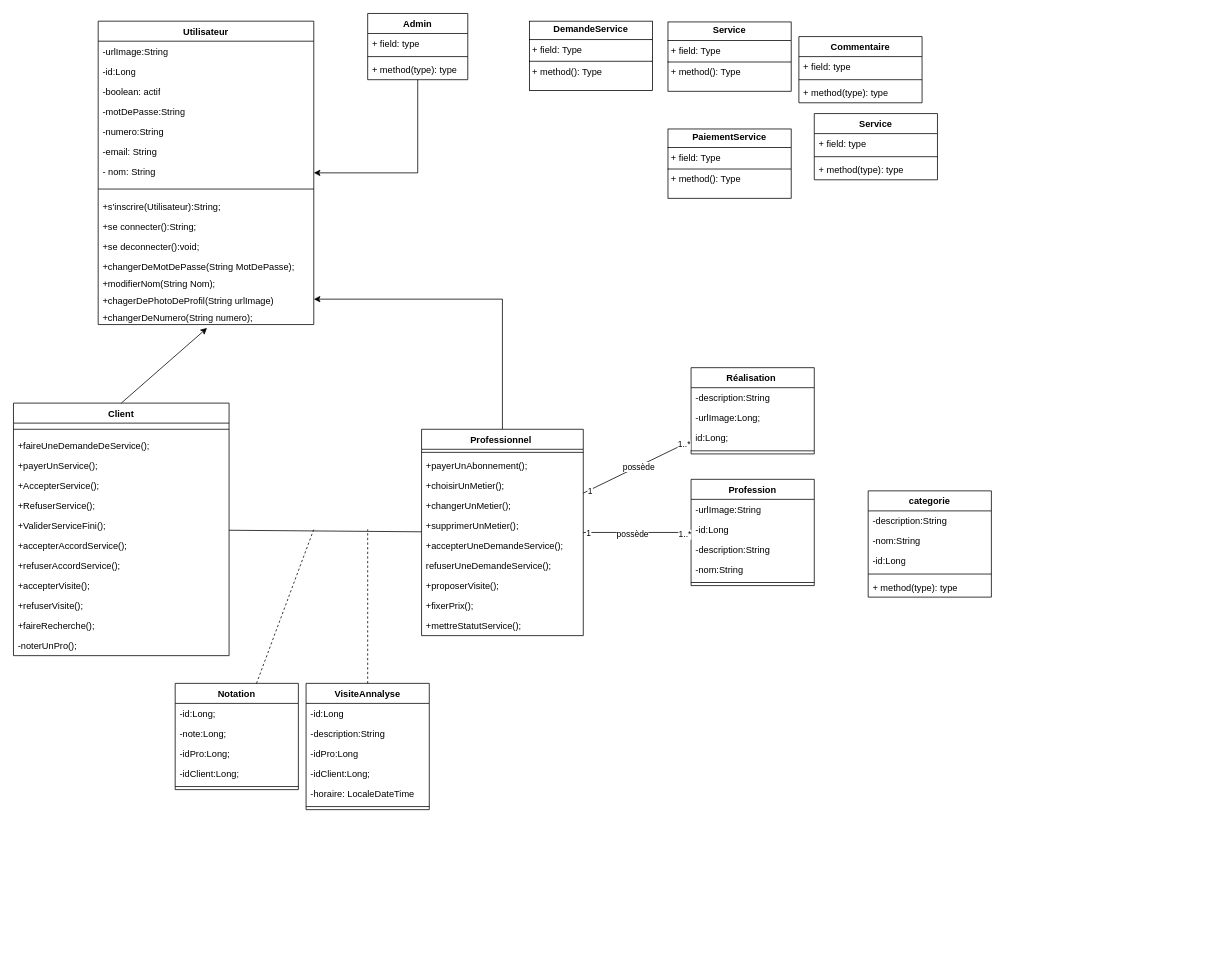
Before: page "class" (2 of 2) of Diagramme sans nom.drawio in NasserObm/BonContact, a draw.io diagram. Source tidied: cells renumbered, new cells numbered last; positions are measured from the earlier drawing's top-left corner, leaving out a move shared by most shapes. Both pictures are drawn from the tidied source at 77%, with x=0, y=0 at pixel (13, 13).
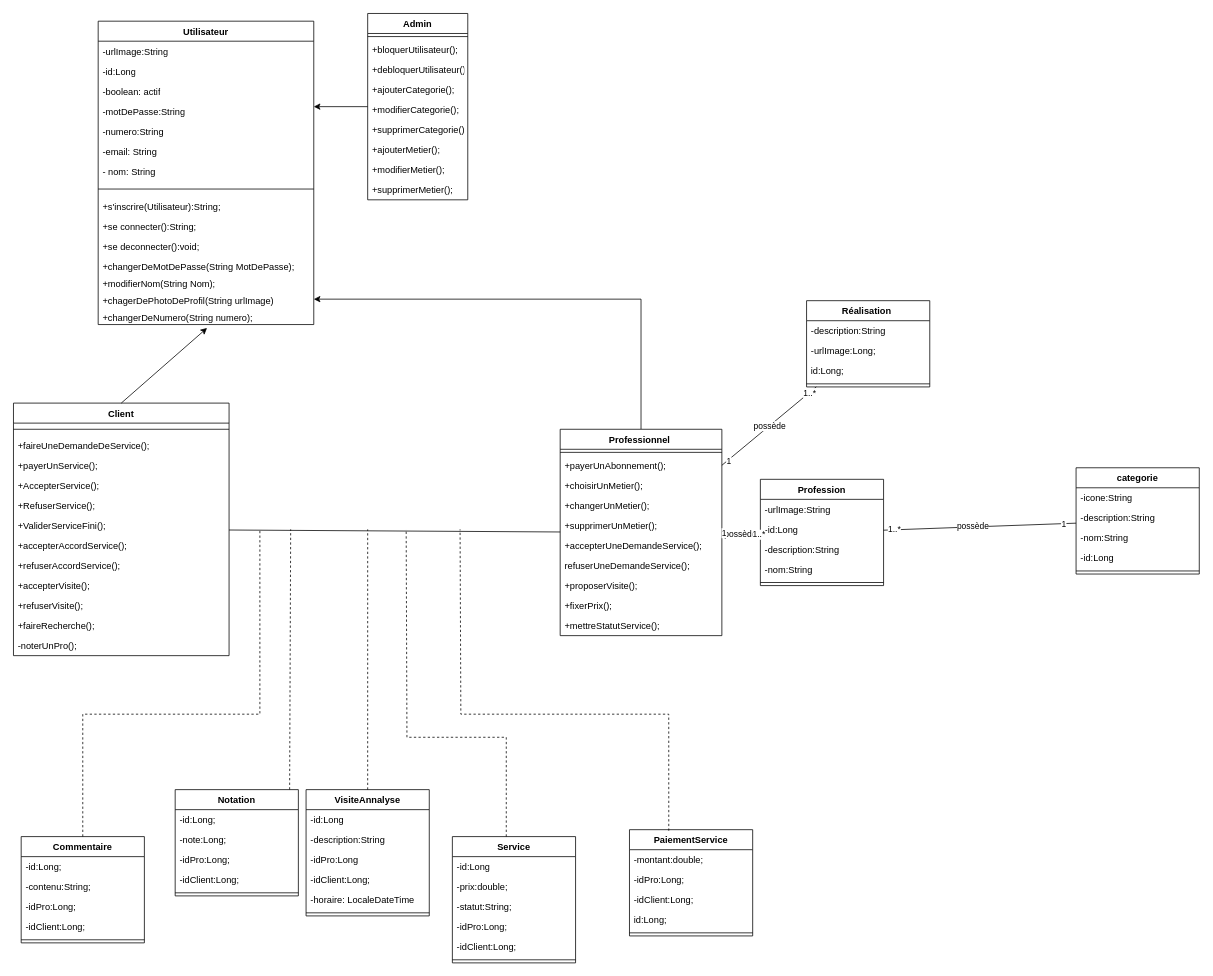
The same diagram, later.

Commit message (it also covers changes not shown here):
Mettre à jour Diagramme sans nom.drawio

Change to the diagram source:
```diff
@@
     <mxCell id="32" value="Professionnel&amp;nbsp;" style="swimlane;fontStyle=1;align=center;verticalAlign=top;horizontal=1;startSize=26;whiteSpace=wrap;html=1;" parent="1" vertex="1">
-      <mxGeometry x="530" y="540" width="210" height="268" as="geometry" />
+      <mxGeometry x="710" y="540" width="210" height="268" as="geometry" />
     </mxCell>
@@
     <mxCell id="44" value="Admin" style="swimlane;fontStyle=1;align=center;verticalAlign=top;horizontal=1;startSize=26;whiteSpace=wrap;html=1;" parent="1" vertex="1">
-      <mxGeometry x="460" width="130" height="86" as="geometry" />
+      <mxGeometry x="460" width="130" height="242" as="geometry" />
     </mxCell>
-    <mxCell id="45" value="+ field: type" style="text;strokeColor=none;fillColor=none;align=left;verticalAlign=top;spacingLeft=4;spacingRight=4;overflow=hidden;whiteSpace=wrap;html=1;" parent="44" vertex="1">
-      <mxGeometry y="26" width="130" height="26" as="geometry" />
-    </mxCell>
     <mxCell id="46" style="line;strokeWidth=1;fillColor=none;align=left;verticalAlign=middle;spacingTop=-1;spacingLeft=3;spacingRight=3;labelPosition=right;strokeColor=inherit;" parent="44" vertex="1">
-      <mxGeometry y="52" width="130" height="8" as="geometry" />
+      <mxGeometry y="26" width="130" height="8" as="geometry" />
     </mxCell>
-    <mxCell id="47" value="+ method(type): type" style="text;strokeColor=none;fillColor=none;align=left;verticalAlign=top;spacingLeft=4;spacingRight=4;overflow=hidden;whiteSpace=wrap;html=1;" parent="44" vertex="1">
-      <mxGeometry y="60" width="130" height="26" as="geometry" />
+    <mxCell id="47" value="+bloquerUtilisateur();" style="text;strokeColor=none;fillColor=none;align=left;verticalAlign=top;spacingLeft=4;spacingRight=4;overflow=hidden;whiteSpace=wrap;html=1;" parent="44" vertex="1">
+      <mxGeometry y="34" width="130" height="26" as="geometry" />
     </mxCell>
+    <mxCell id="101" value="+debloquerUtilisateur();" style="text;strokeColor=none;fillColor=none;align=left;verticalAlign=top;spacingLeft=4;spacingRight=4;overflow=hidden;whiteSpace=wrap;html=1;" parent="44" vertex="1">
+      <mxGeometry y="60" width="130" height="26" as="geometry" />
+    </mxCell>
+    <mxCell id="102" value="+ajouterCategorie();" style="text;strokeColor=none;fillColor=none;align=left;verticalAlign=top;spacingLeft=4;spacingRight=4;overflow=hidden;whiteSpace=wrap;html=1;" parent="44" vertex="1">
+      <mxGeometry y="86" width="130" height="26" as="geometry" />
+    </mxCell>
+    <mxCell id="103" value="+modifierCategorie();" style="text;strokeColor=none;fillColor=none;align=left;verticalAlign=top;spacingLeft=4;spacingRight=4;overflow=hidden;whiteSpace=wrap;html=1;" parent="44" vertex="1">
+      <mxGeometry y="112" width="130" height="26" as="geometry" />
+    </mxCell>
+    <mxCell id="104" value="+supprimerCategorie();" style="text;strokeColor=none;fillColor=none;align=left;verticalAlign=top;spacingLeft=4;spacingRight=4;overflow=hidden;whiteSpace=wrap;html=1;" parent="44" vertex="1">
+      <mxGeometry y="138" width="130" height="26" as="geometry" />
+    </mxCell>
+    <mxCell id="105" value="+ajouterMetier();" style="text;strokeColor=none;fillColor=none;align=left;verticalAlign=top;spacingLeft=4;spacingRight=4;overflow=hidden;whiteSpace=wrap;html=1;" parent="44" vertex="1">
+      <mxGeometry y="164" width="130" height="26" as="geometry" />
+    </mxCell>
+    <mxCell id="106" value="+modifierMetier();" style="text;strokeColor=none;fillColor=none;align=left;verticalAlign=top;spacingLeft=4;spacingRight=4;overflow=hidden;whiteSpace=wrap;html=1;" parent="44" vertex="1">
+      <mxGeometry y="190" width="130" height="26" as="geometry" />
+    </mxCell>
+    <mxCell id="107" value="+supprimerMetier();" style="text;strokeColor=none;fillColor=none;align=left;verticalAlign=top;spacingLeft=4;spacingRight=4;overflow=hidden;whiteSpace=wrap;html=1;" parent="44" vertex="1">
+      <mxGeometry y="216" width="130" height="26" as="geometry" />
+    </mxCell>
     <mxCell id="48" value="Profession" style="swimlane;fontStyle=1;align=center;verticalAlign=top;horizontal=1;startSize=26;whiteSpace=wrap;html=1;" parent="1" vertex="1">
-      <mxGeometry x="880" y="605" width="160" height="138" as="geometry" />
+      <mxGeometry x="970" y="605" width="160" height="138" as="geometry" />
     </mxCell>
@@
     <mxCell id="54" value="categorie" style="swimlane;fontStyle=1;align=center;verticalAlign=top;horizontal=1;startSize=26;whiteSpace=wrap;html=1;" parent="1" vertex="1">
-      <mxGeometry x="1110" y="620" width="160" height="138" as="geometry" />
+      <mxGeometry x="1380" y="590" width="160" height="138" as="geometry" />
     </mxCell>
+    <mxCell id="108" value="-icone:String" style="text;strokeColor=none;fillColor=none;align=left;verticalAlign=top;spacingLeft=4;spacingRight=4;overflow=hidden;whiteSpace=wrap;html=1;" parent="54" vertex="1">
+      <mxGeometry y="26" width="160" height="26" as="geometry" />
+    </mxCell>
     <mxCell id="55" value="-description:String" style="text;strokeColor=none;fillColor=none;align=left;verticalAlign=top;spacingLeft=4;spacingRight=4;overflow=hidden;whiteSpace=wrap;html=1;" parent="54" vertex="1">
-      <mxGeometry y="26" width="160" height="26" as="geometry" />
+      <mxGeometry y="52" width="160" height="26" as="geometry" />
     </mxCell>
     <mxCell id="56" value="-nom:String" style="text;strokeColor=none;fillColor=none;align=left;verticalAlign=top;spacingLeft=4;spacingRight=4;overflow=hidden;whiteSpace=wrap;html=1;" parent="54" vertex="1">
-      <mxGeometry y="52" width="160" height="26" as="geometry" />
+      <mxGeometry y="78" width="160" height="26" as="geometry" />
     </mxCell>
     <mxCell id="57" value="-id:Long" style="text;strokeColor=none;fillColor=none;align=left;verticalAlign=top;spacingLeft=4;spacingRight=4;overflow=hidden;whiteSpace=wrap;html=1;" parent="54" vertex="1">
-      <mxGeometry y="78" width="160" height="26" as="geometry" />
+      <mxGeometry y="104" width="160" height="26" as="geometry" />
     </mxCell>
     <mxCell id="58" style="line;strokeWidth=1;fillColor=none;align=left;verticalAlign=middle;spacingTop=-1;spacingLeft=3;spacingRight=3;labelPosition=right;strokeColor=inherit;" parent="54" vertex="1">
-      <mxGeometry y="104" width="160" height="8" as="geometry" />
+      <mxGeometry y="130" width="160" height="8" as="geometry" />
     </mxCell>
-    <mxCell id="59" value="+ method(type): type" style="text;strokeColor=none;fillColor=none;align=left;verticalAlign=top;spacingLeft=4;spacingRight=4;overflow=hidden;whiteSpace=wrap;html=1;" parent="54" vertex="1">
-      <mxGeometry y="112" width="160" height="26" as="geometry" />
-    </mxCell>
     <mxCell id="60" value="Réalisation&amp;nbsp;" style="swimlane;fontStyle=1;align=center;verticalAlign=top;horizontal=1;startSize=26;whiteSpace=wrap;html=1;" parent="1" vertex="1">
-      <mxGeometry x="880" y="460" width="160" height="112" as="geometry" />
+      <mxGeometry x="1030" y="373" width="160" height="112" as="geometry" />
     </mxCell>
@@
-    <mxCell id="65" value="&lt;p style=&quot;margin:0px;margin-top:4px;text-align:center;&quot;&gt;&lt;b&gt;PaiementService&lt;/b&gt;&lt;/p&gt;&lt;hr size=&quot;1&quot; style=&quot;border-style:solid;&quot;&gt;&lt;p style=&quot;margin:0px;margin-left:4px;&quot;&gt;+ field: Type&lt;/p&gt;&lt;hr size=&quot;1&quot; style=&quot;border-style:solid;&quot;&gt;&lt;p style=&quot;margin:0px;margin-left:4px;&quot;&gt;+ method(): Type&lt;/p&gt;" style="verticalAlign=top;align=left;overflow=fill;html=1;whiteSpace=wrap;" parent="1" vertex="1">
-      <mxGeometry x="850" y="150" width="160" height="90" as="geometry" />
-    </mxCell>
     <mxCell id="66" value="Commentaire" style="swimlane;fontStyle=1;align=center;verticalAlign=top;horizontal=1;startSize=26;whiteSpace=wrap;html=1;" parent="1" vertex="1">
-      <mxGeometry x="1020" y="30" width="160" height="86" as="geometry" />
+      <mxGeometry x="10" y="1069" width="160" height="138" as="geometry" />
     </mxCell>
+    <mxCell id="109" value="-id:Long;" style="text;strokeColor=none;fillColor=none;align=left;verticalAlign=top;spacingLeft=4;spacingRight=4;overflow=hidden;whiteSpace=wrap;html=1;" parent="66" vertex="1">
+      <mxGeometry y="26" width="160" height="26" as="geometry" />
+    </mxCell>
+    <mxCell id="110" value="-contenu:String;" style="text;strokeColor=none;fillColor=none;align=left;verticalAlign=top;spacingLeft=4;spacingRight=4;overflow=hidden;whiteSpace=wrap;html=1;" parent="66" vertex="1">
+      <mxGeometry y="52" width="160" height="26" as="geometry" />
+    </mxCell>
+    <mxCell id="111" value="-idPro:Long;" style="text;strokeColor=none;fillColor=none;align=left;verticalAlign=top;spacingLeft=4;spacingRight=4;overflow=hidden;whiteSpace=wrap;html=1;" parent="66" vertex="1">
+      <mxGeometry y="78" width="160" height="26" as="geometry" />
+    </mxCell>
-    <mxCell id="67" value="+ field: type" style="text;strokeColor=none;fillColor=none;align=left;verticalAlign=top;spacingLeft=4;spacingRight=4;overflow=hidden;whiteSpace=wrap;html=1;" parent="66" vertex="1">
-      <mxGeometry y="26" width="160" height="26" as="geometry" />
+    <mxCell id="67" value="-idClient:Long;" style="text;strokeColor=none;fillColor=none;align=left;verticalAlign=top;spacingLeft=4;spacingRight=4;overflow=hidden;whiteSpace=wrap;html=1;" parent="66" vertex="1">
+      <mxGeometry y="104" width="160" height="26" as="geometry" />
     </mxCell>
     <mxCell id="68" style="line;strokeWidth=1;fillColor=none;align=left;verticalAlign=middle;spacingTop=-1;spacingLeft=3;spacingRight=3;labelPosition=right;strokeColor=inherit;" parent="66" vertex="1">
-      <mxGeometry y="52" width="160" height="8" as="geometry" />
+      <mxGeometry y="130" width="160" height="8" as="geometry" />
     </mxCell>
-    <mxCell id="69" value="+ method(type): type" style="text;strokeColor=none;fillColor=none;align=left;verticalAlign=top;spacingLeft=4;spacingRight=4;overflow=hidden;whiteSpace=wrap;html=1;" parent="66" vertex="1">
-      <mxGeometry y="60" width="160" height="26" as="geometry" />
-    </mxCell>
-    <mxCell id="70" value="&lt;p style=&quot;margin:0px;margin-top:4px;text-align:center;&quot;&gt;&lt;b&gt;DemandeService&lt;/b&gt;&lt;/p&gt;&lt;hr size=&quot;1&quot; style=&quot;border-style:solid;&quot;&gt;&lt;p style=&quot;margin:0px;margin-left:4px;&quot;&gt;+ field: Type&lt;/p&gt;&lt;hr size=&quot;1&quot; style=&quot;border-style:solid;&quot;&gt;&lt;p style=&quot;margin:0px;margin-left:4px;&quot;&gt;+ method(): Type&lt;/p&gt;" style="verticalAlign=top;align=left;overflow=fill;html=1;whiteSpace=wrap;" parent="1" vertex="1">
-      <mxGeometry x="670" y="10" width="160" height="90" as="geometry" />
-    </mxCell>
-    <mxCell id="71" value="&lt;p style=&quot;margin:0px;margin-top:4px;text-align:center;&quot;&gt;&lt;b&gt;Service&lt;/b&gt;&lt;/p&gt;&lt;hr size=&quot;1&quot; style=&quot;border-style:solid;&quot;&gt;&lt;p style=&quot;margin:0px;margin-left:4px;&quot;&gt;+ field: Type&lt;/p&gt;&lt;hr size=&quot;1&quot; style=&quot;border-style:solid;&quot;&gt;&lt;p style=&quot;margin:0px;margin-left:4px;&quot;&gt;+ method(): Type&lt;/p&gt;" style="verticalAlign=top;align=left;overflow=fill;html=1;whiteSpace=wrap;" parent="1" vertex="1">
-      <mxGeometry x="850" y="11" width="160" height="90" as="geometry" />
-    </mxCell>
     <mxCell id="72" value="VisiteAnnalyse" style="swimlane;fontStyle=1;align=center;verticalAlign=top;horizontal=1;startSize=26;whiteSpace=wrap;html=1;" parent="1" vertex="1">
-      <mxGeometry x="380" y="870" width="160" height="164" as="geometry" />
+      <mxGeometry x="380" y="1008" width="160" height="164" as="geometry" />
     </mxCell>
@@
     <mxCell id="79" value="Service" style="swimlane;fontStyle=1;align=center;verticalAlign=top;horizontal=1;startSize=26;whiteSpace=wrap;html=1;" parent="1" vertex="1">
-      <mxGeometry x="1040" y="130" width="160" height="86" as="geometry" />
+      <mxGeometry x="570" y="1069" width="160" height="164" as="geometry" />
     </mxCell>
+    <mxCell id="112" value="-id:Long" style="text;strokeColor=none;fillColor=none;align=left;verticalAlign=top;spacingLeft=4;spacingRight=4;overflow=hidden;whiteSpace=wrap;html=1;" parent="79" vertex="1">
+      <mxGeometry y="26" width="160" height="26" as="geometry" />
+    </mxCell>
+    <mxCell id="113" value="-prix:double;" style="text;strokeColor=none;fillColor=none;align=left;verticalAlign=top;spacingLeft=4;spacingRight=4;overflow=hidden;whiteSpace=wrap;html=1;" parent="79" vertex="1">
+      <mxGeometry y="52" width="160" height="26" as="geometry" />
+    </mxCell>
+    <mxCell id="114" value="-statut:String;" style="text;strokeColor=none;fillColor=none;align=left;verticalAlign=top;spacingLeft=4;spacingRight=4;overflow=hidden;whiteSpace=wrap;html=1;" parent="79" vertex="1">
+      <mxGeometry y="78" width="160" height="26" as="geometry" />
+    </mxCell>
+    <mxCell id="115" value="-idPro:Long;" style="text;strokeColor=none;fillColor=none;align=left;verticalAlign=top;spacingLeft=4;spacingRight=4;overflow=hidden;whiteSpace=wrap;html=1;" parent="79" vertex="1">
+      <mxGeometry y="104" width="160" height="26" as="geometry" />
+    </mxCell>
-    <mxCell id="80" value="+ field: type" style="text;strokeColor=none;fillColor=none;align=left;verticalAlign=top;spacingLeft=4;spacingRight=4;overflow=hidden;whiteSpace=wrap;html=1;" parent="79" vertex="1">
-      <mxGeometry y="26" width="160" height="26" as="geometry" />
+    <mxCell id="80" value="-idClient:Long;" style="text;strokeColor=none;fillColor=none;align=left;verticalAlign=top;spacingLeft=4;spacingRight=4;overflow=hidden;whiteSpace=wrap;html=1;" parent="79" vertex="1">
+      <mxGeometry y="130" width="160" height="26" as="geometry" />
     </mxCell>
     <mxCell id="81" style="line;strokeWidth=1;fillColor=none;align=left;verticalAlign=middle;spacingTop=-1;spacingLeft=3;spacingRight=3;labelPosition=right;strokeColor=inherit;" parent="79" vertex="1">
-      <mxGeometry y="52" width="160" height="8" as="geometry" />
+      <mxGeometry y="156" width="160" height="8" as="geometry" />
     </mxCell>
-    <mxCell id="82" value="+ method(type): type" style="text;strokeColor=none;fillColor=none;align=left;verticalAlign=top;spacingLeft=4;spacingRight=4;overflow=hidden;whiteSpace=wrap;html=1;" parent="79" vertex="1">
-      <mxGeometry y="60" width="160" height="26" as="geometry" />
-    </mxCell>
@@
     <mxCell id="90" value="Notation" style="swimlane;fontStyle=1;align=center;verticalAlign=top;horizontal=1;startSize=26;whiteSpace=wrap;html=1;" parent="1" vertex="1">
-      <mxGeometry x="210" y="870" width="160" height="138" as="geometry" />
+      <mxGeometry x="210" y="1008" width="160" height="138" as="geometry" />
     </mxCell>
@@
-    <mxCell id="96" style="endArrow=none;dashed=1;html=1;rounded=0;" parent="1" edge="1" source="90">
+    <mxCell id="96" style="endArrow=none;dashed=1;html=1;rounded=0;exitX=0.929;exitY=-0.001;exitDx=0;exitDy=0;exitPerimeter=0;" parent="1" edge="1" source="90">
       <mxGeometry relative="1" as="geometry">
-        <mxPoint x="390" y="670" as="targetPoint" />
+        <mxPoint x="360" y="670" as="targetPoint" />
       </mxGeometry>
     </mxCell>
@@
+    <mxCell id="116" style="endArrow=none;html=1;rounded=0;" parent="1" edge="1" source="48" target="54">
+      <mxGeometry relative="1" as="geometry" />
+    </mxCell>
+    <mxCell id="117" value="possède" style="edgeLabel;html=1;align=center;verticalAlign=middle;" parent="116" vertex="1">
+      <mxGeometry x="-0.07" y="1" relative="1" as="geometry" />
+    </mxCell>
+    <mxCell id="118" value="1..*" style="edgeLabel;html=1;align=center;verticalAlign=middle;" parent="116" vertex="1">
+      <mxGeometry x="-0.89" y="1" relative="1" as="geometry" />
+    </mxCell>
+    <mxCell id="119" value="1" style="edgeLabel;html=1;align=center;verticalAlign=middle;" parent="116" vertex="1">
+      <mxGeometry x="0.87" y="-1" relative="1" as="geometry" />
+    </mxCell>
+    <mxCell id="120" style="endArrow=none;dashed=1;html=1;rounded=0;edgeStyle=orthogonalEdgeStyle;" parent="1" edge="1" source="66">
+      <mxGeometry relative="1" as="geometry">
+        <mxPoint x="320" y="670" as="targetPoint" />
+        <Array as="points">
+          <mxPoint x="90" y="910" />
+          <mxPoint x="320" y="910" />
+          <mxPoint x="320" y="670" />
+        </Array>
+      </mxGeometry>
+    </mxCell>
+    <mxCell id="121" style="endArrow=none;dashed=1;html=1;rounded=0;edgeStyle=orthogonalEdgeStyle;" parent="1" edge="1" source="79">
+      <mxGeometry relative="1" as="geometry">
+        <mxPoint x="510" y="670" as="targetPoint" />
+        <Array as="points">
+          <mxPoint x="640" y="940" />
+          <mxPoint x="511" y="940" />
+          <mxPoint x="511" y="670" />
+        </Array>
+      </mxGeometry>
+    </mxCell>
+    <mxCell id="122" value="PaiementService" style="swimlane;fontStyle=1;align=center;verticalAlign=top;horizontal=1;startSize=26;whiteSpace=wrap;html=1;" parent="1" vertex="1">
+      <mxGeometry x="800" y="1060" width="160" height="138" as="geometry" />
+    </mxCell>
+    <mxCell id="123" value="-montant:double;" style="text;strokeColor=none;fillColor=none;align=left;verticalAlign=top;spacingLeft=4;spacingRight=4;overflow=hidden;whiteSpace=wrap;html=1;" parent="122" vertex="1">
+      <mxGeometry y="26" width="160" height="26" as="geometry" />
+    </mxCell>
+    <mxCell id="124" value="-idPro:Long;" style="text;strokeColor=none;fillColor=none;align=left;verticalAlign=top;spacingLeft=4;spacingRight=4;overflow=hidden;whiteSpace=wrap;html=1;" parent="122" vertex="1">
+      <mxGeometry y="52" width="160" height="26" as="geometry" />
+    </mxCell>
+    <mxCell id="125" value="-idClient:Long;" style="text;strokeColor=none;fillColor=none;align=left;verticalAlign=top;spacingLeft=4;spacingRight=4;overflow=hidden;whiteSpace=wrap;html=1;" parent="122" vertex="1">
+      <mxGeometry y="78" width="160" height="26" as="geometry" />
+    </mxCell>
+    <mxCell id="126" value="id:Long;" style="text;strokeColor=none;fillColor=none;align=left;verticalAlign=top;spacingLeft=4;spacingRight=4;overflow=hidden;whiteSpace=wrap;html=1;" parent="122" vertex="1">
+      <mxGeometry y="104" width="160" height="26" as="geometry" />
+    </mxCell>
+    <mxCell id="127" style="line;strokeWidth=1;fillColor=none;align=left;verticalAlign=middle;spacingTop=-1;spacingLeft=3;spacingRight=3;labelPosition=right;strokeColor=inherit;" parent="122" vertex="1">
+      <mxGeometry y="130" width="160" height="8" as="geometry" />
+    </mxCell>
+    <mxCell id="128" style="endArrow=none;dashed=1;html=1;rounded=0;exitX=0.319;exitY=0.01;exitDx=0;exitDy=0;exitPerimeter=0;edgeStyle=orthogonalEdgeStyle;" parent="1" edge="1" source="122">
+      <mxGeometry relative="1" as="geometry">
+        <mxPoint x="580" y="670" as="targetPoint" />
+        <Array as="points">
+          <mxPoint x="851" y="910" />
+          <mxPoint x="581" y="910" />
+          <mxPoint x="581" y="670" />
+        </Array>
+      </mxGeometry>
+    </mxCell>
```
